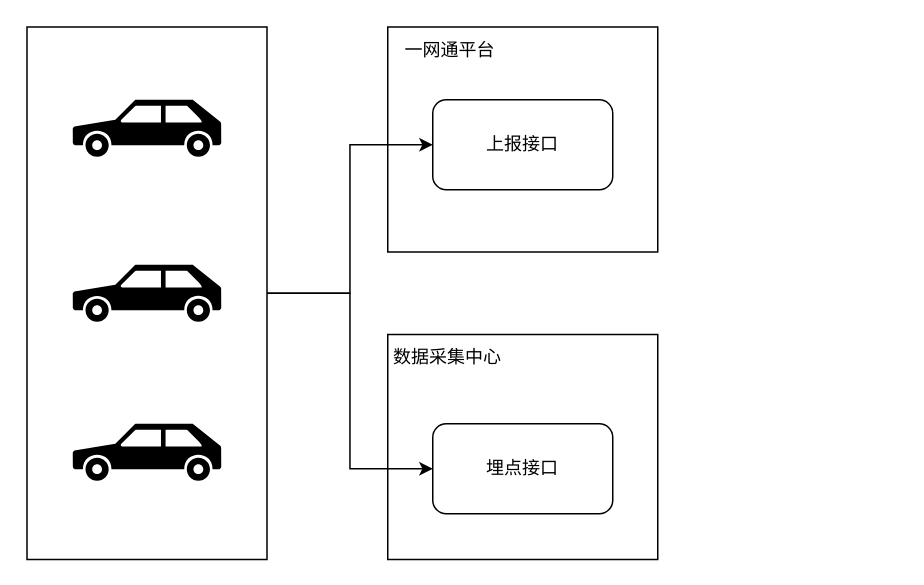
shaozc3g/draw_io keeps this draw.io diagram as 故障分析平台-数据流.drawio. Above is the earlier version. Source tidied: cells renumbered, new cells numbered last; positions are measured from the earlier drawing's top-left corner, leaving out a move shared by most shapes. Both pictures are drawn from the tidied source at 150%, with x=0, y=0 at pixel (27, 27).
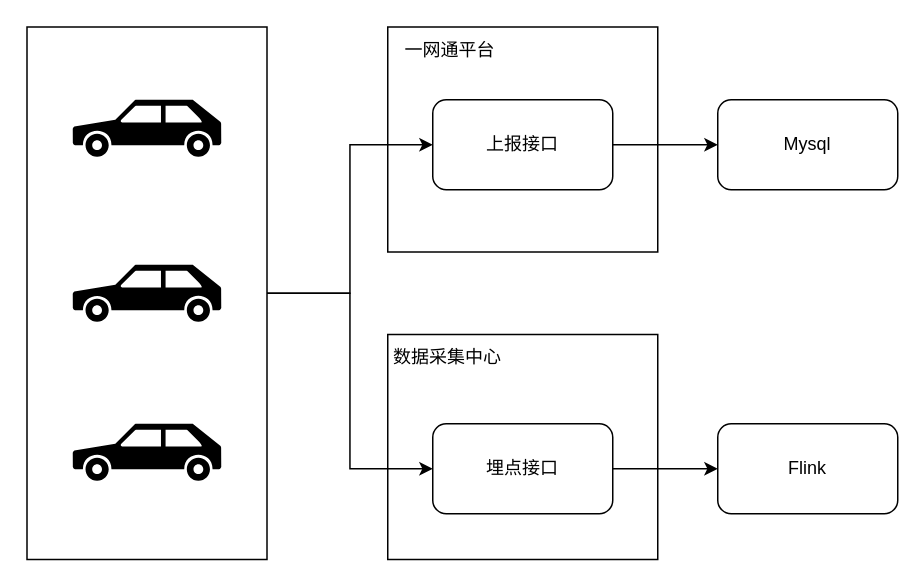
Above is the later version.

Commit message:
更新故障分析平台-数据流.drawio

What changed in the source:
```diff
@@
 <mxGraphModel>
   <root>
     <mxCell id="0" />
     <mxCell id="1" parent="0" />
     <mxCell id="2" style="rounded=0;whiteSpace=wrap;html=1;" parent="1" vertex="1">
       <mxGeometry x="240" y="-0.5" width="180" height="150" as="geometry" />
     </mxCell>
     <mxCell id="3" style="rounded=0;whiteSpace=wrap;html=1;" parent="1" vertex="1">
       <mxGeometry x="240" y="204.5" width="180" height="150" as="geometry" />
     </mxCell>
     <mxCell id="4" style="edgeStyle=orthogonalEdgeStyle;rounded=0;jettySize=auto;html=1;exitX=1;exitY=0.5;exitDx=0;exitDy=0;" parent="1" edge="1" source="6" target="7">
       <mxGeometry relative="1" as="geometry" />
     </mxCell>
     <mxCell id="5" style="edgeStyle=orthogonalEdgeStyle;rounded=0;jettySize=auto;html=1;exitX=1;exitY=0.5;exitDx=0;exitDy=0;entryX=0;entryY=0.5;entryDx=0;entryDy=0;" parent="1" edge="1" source="6" target="10">
       <mxGeometry relative="1" as="geometry" />
     </mxCell>
     <mxCell id="6" style="rounded=0;whiteSpace=wrap;html=1;" parent="1" vertex="1">
       <mxGeometry x="-0.5" y="-0.5" width="160" height="355" as="geometry" />
     </mxCell>
+    <mxCell id="14" style="edgeStyle=orthogonalEdgeStyle;rounded=0;jettySize=auto;html=1;exitX=1;exitY=0.5;exitDx=0;exitDy=0;" parent="1" edge="1" source="7" target="17">
+      <mxGeometry relative="1" as="geometry" />
+    </mxCell>
     <mxCell id="7" value="上报接口" style="rounded=1;whiteSpace=wrap;html=1;" parent="1" vertex="1">
       <mxGeometry x="270" y="48" width="120" height="60" as="geometry" />
     </mxCell>
     <mxCell id="8" value="&amp;nbsp;一网通平台" style="text;html=1;align=center;verticalAlign=middle;whiteSpace=wrap;rounded=0;" parent="1" vertex="1">
       <mxGeometry x="240" y="-0.5" width="80" height="30" as="geometry" />
     </mxCell>
     <mxCell id="9" value="数据采集中心" style="text;html=1;align=center;verticalAlign=middle;whiteSpace=wrap;rounded=0;" parent="1" vertex="1">
       <mxGeometry x="240" y="204.5" width="80" height="30" as="geometry" />
     </mxCell>
+    <mxCell id="15" style="edgeStyle=orthogonalEdgeStyle;rounded=0;jettySize=auto;html=1;exitX=1;exitY=0.5;exitDx=0;exitDy=0;" parent="1" edge="1" source="10" target="16">
+      <mxGeometry relative="1" as="geometry" />
+    </mxCell>
     <mxCell id="10" value="埋点接口" style="rounded=1;whiteSpace=wrap;html=1;" parent="1" vertex="1">
       <mxGeometry x="270" y="264" width="120" height="60" as="geometry" />
     </mxCell>
     <mxCell id="11" style="shape=mxgraph.signs.transportation.car_3;html=1;fillColor=#000000;strokeColor=none;verticalLabelPosition=bottom;verticalAlign=top;align=center;sketch=0;" parent="1" vertex="1">
       <mxGeometry x="30" y="48" width="99" height="38" as="geometry" />
     </mxCell>
     <mxCell id="12" style="shape=mxgraph.signs.transportation.car_3;html=1;fillColor=#000000;strokeColor=none;verticalLabelPosition=bottom;verticalAlign=top;align=center;sketch=0;" parent="1" vertex="1">
       <mxGeometry x="30" y="158" width="99" height="38" as="geometry" />
     </mxCell>
     <mxCell id="13" style="shape=mxgraph.signs.transportation.car_3;html=1;fillColor=#000000;strokeColor=none;verticalLabelPosition=bottom;verticalAlign=top;align=center;sketch=0;" parent="1" vertex="1">
       <mxGeometry x="30" y="264" width="99" height="38" as="geometry" />
     </mxCell>
+    <mxCell id="16" value="Flink" style="rounded=1;whiteSpace=wrap;html=1;" parent="1" vertex="1">
+      <mxGeometry x="460" y="264" width="120" height="60" as="geometry" />
+    </mxCell>
+    <mxCell id="17" value="Mysql" style="rounded=1;whiteSpace=wrap;html=1;" parent="1" vertex="1">
+      <mxGeometry x="460" y="48" width="120" height="60" as="geometry" />
+    </mxCell>
   </root>
 </mxGraphModel>
```
